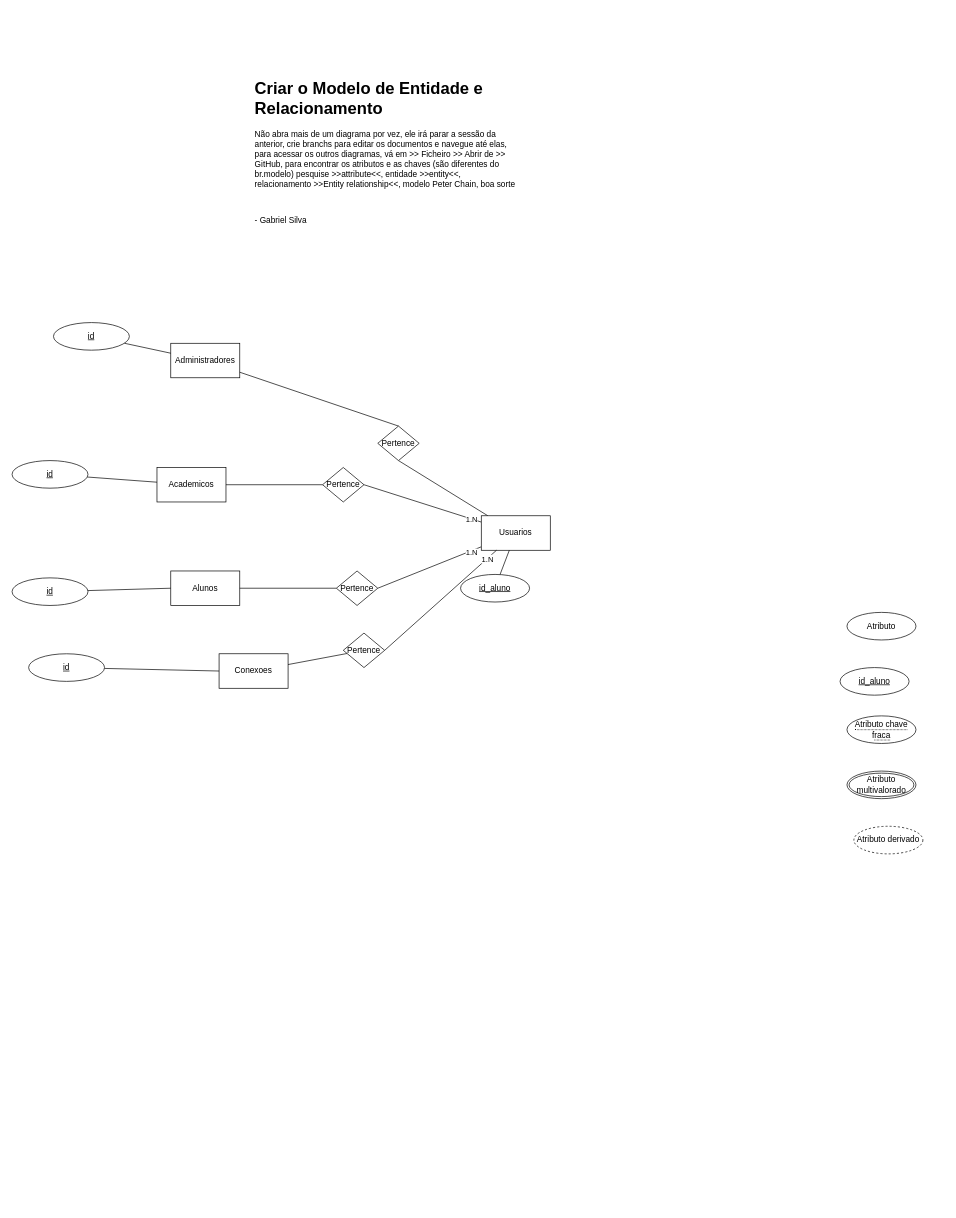
Organization-Meets/Meets_Docs keeps this draw.io diagram as Draw.io/laboratorio_banco_dados_der.drawio. Above is the earlier version. Source tidied: cells renumbered, new cells numbered last; positions are measured from the earlier drawing's top-left corner, leaving out a move shared by most shapes. Both pictures are drawn from the tidied source at 69%, with x=0, y=0 at pixel (12, 74).
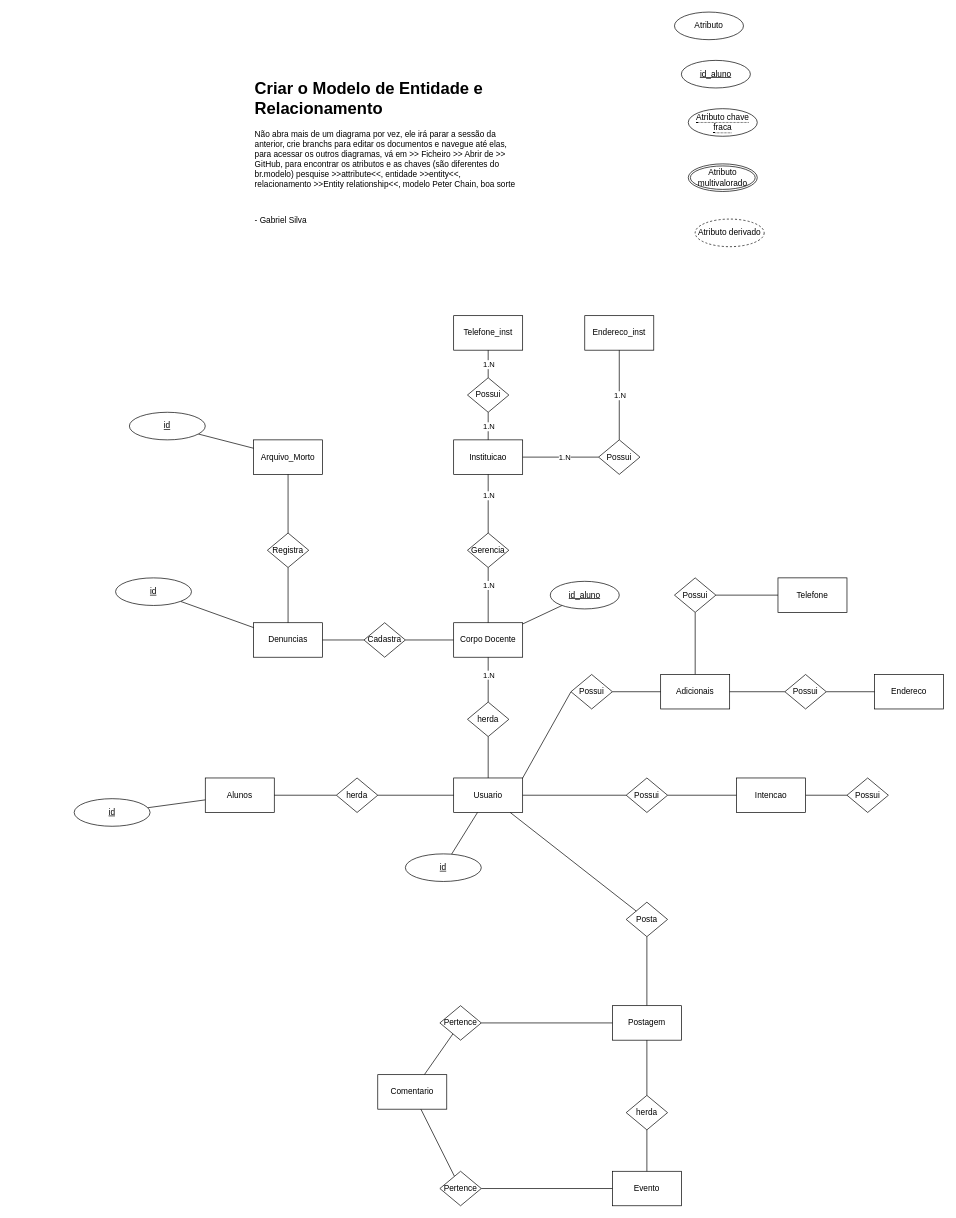
The same diagram, later.

The edit, as a diff of the source:
```diff
@@
-    <mxCell id="3" style="rounded=0;jettySize=auto;html=1;entryX=0.5;entryY=1;entryDx=0;entryDy=0;endArrow=none;endFill=0;" parent="1" edge="1" source="8" target="16">
+    <mxCell id="3" style="rounded=0;jettySize=auto;html=1;entryX=1;entryY=0.5;entryDx=0;entryDy=0;endArrow=none;endFill=0;" parent="1" edge="1" source="8" target="16">
       <mxGeometry relative="1" as="geometry" />
     </mxCell>
-    <mxCell id="4" style="rounded=0;jettySize=auto;html=1;entryX=1;entryY=0.5;entryDx=0;entryDy=0;endArrow=none;endFill=0;" parent="1" edge="1" source="8" target="15">
-      <mxGeometry relative="1" as="geometry" />
-    </mxCell>
-    <mxCell id="5" value="1.N" style="edgeLabel;html=1;align=center;verticalAlign=middle;" parent="4" vertex="1">
-      <mxGeometry x="-0.83" relative="1" as="geometry" />
-    </mxCell>
-    <mxCell id="6" style="rounded=0;jettySize=auto;html=1;entryX=1;entryY=0.5;entryDx=0;entryDy=0;endArrow=none;endFill=0;" parent="1" edge="1" source="8" target="13">
-      <mxGeometry relative="1" as="geometry" />
-    </mxCell>
-    <mxCell id="7" value="1.N" style="edgeLabel;html=1;align=center;verticalAlign=middle;" parent="6" vertex="1">
-      <mxGeometry x="-0.8" y="2" relative="1" as="geometry">
-        <mxPoint y="1" as="offset" />
-      </mxGeometry>
-    </mxCell>
-    <mxCell id="8" value="Usuarios" style="html=1;dashed=0;whiteSpace=wrap;" parent="1" vertex="1">
-      <mxGeometry x="680" y="640" width="100" height="50" as="geometry" />
+    <mxCell id="8" value="Corpo Docente" style="html=1;dashed=0;whiteSpace=wrap;" parent="1" vertex="1">
+      <mxGeometry x="640" y="795" width="100" height="50" as="geometry" />
     </mxCell>
-    <mxCell id="9" value="Academicos" style="html=1;dashed=0;whiteSpace=wrap;" parent="1" vertex="1">
-      <mxGeometry x="210" y="570" width="100" height="50" as="geometry" />
+    <mxCell id="9" value="Denuncias" style="html=1;dashed=0;whiteSpace=wrap;" parent="1" vertex="1">
+      <mxGeometry x="350" y="795" width="100" height="50" as="geometry" />
     </mxCell>
     <mxCell id="10" value="Alunos" style="html=1;dashed=0;whiteSpace=wrap;" parent="1" vertex="1">
-      <mxGeometry x="230" y="720" width="100" height="50" as="geometry" />
+      <mxGeometry x="280" y="1020" width="100" height="50" as="geometry" />
     </mxCell>
-    <mxCell id="11" value="Administradores" style="html=1;dashed=0;whiteSpace=wrap;" parent="1" vertex="1">
-      <mxGeometry x="230" y="390" width="100" height="50" as="geometry" />
+    <mxCell id="11" value="Arquivo_Morto" style="html=1;dashed=0;whiteSpace=wrap;" parent="1" vertex="1">
+      <mxGeometry x="350" y="530" width="100" height="50" as="geometry" />
     </mxCell>
-    <mxCell id="12" style="rounded=0;jettySize=auto;html=1;endArrow=none;endFill=0;" parent="1" edge="1" source="13" target="10">
-      <mxGeometry relative="1" as="geometry" />
-    </mxCell>
-    <mxCell id="13" value="Pertence" style="shape=rhombus;html=1;dashed=0;whiteSpace=wrap;perimeter=rhombusPerimeter;" parent="1" vertex="1">
-      <mxGeometry x="470" y="720" width="60" height="50" as="geometry" />
-    </mxCell>
@@
+    <mxCell id="38" style="rounded=0;jettySize=auto;html=1;exitX=0.5;exitY=0;exitDx=0;exitDy=0;entryX=0.5;entryY=1;entryDx=0;entryDy=0;endArrow=none;endFill=0;" parent="1" edge="1" source="15" target="11">
+      <mxGeometry relative="1" as="geometry" />
+    </mxCell>
-    <mxCell id="15" value="Pertence" style="shape=rhombus;html=1;dashed=0;whiteSpace=wrap;perimeter=rhombusPerimeter;" parent="1" vertex="1">
-      <mxGeometry x="450" y="570" width="60" height="50" as="geometry" />
+    <mxCell id="15" value="Registra" style="shape=rhombus;html=1;dashed=0;whiteSpace=wrap;perimeter=rhombusPerimeter;" parent="1" vertex="1">
+      <mxGeometry x="370" y="665" width="60" height="50" as="geometry" />
     </mxCell>
-    <mxCell id="16" value="Pertence" style="shape=rhombus;html=1;dashed=0;whiteSpace=wrap;perimeter=rhombusPerimeter;" parent="1" vertex="1">
-      <mxGeometry x="530" y="510" width="60" height="50" as="geometry" />
+    <mxCell id="16" value="Cadastra" style="shape=rhombus;html=1;dashed=0;whiteSpace=wrap;perimeter=rhombusPerimeter;" parent="1" vertex="1">
+      <mxGeometry x="510" y="795" width="60" height="50" as="geometry" />
     </mxCell>
     <mxCell id="17" value="Atributo" style="ellipse;whiteSpace=wrap;html=1;align=center;" parent="1" vertex="1">
-      <mxGeometry x="1210" y="780" width="100" height="40" as="geometry" />
+      <mxGeometry x="960" y="-90" width="100" height="40" as="geometry" />
     </mxCell>
@@
     <mxCell id="19" value="id_aluno" style="ellipse;whiteSpace=wrap;html=1;align=center;fontStyle=4;" parent="1" vertex="1">
-      <mxGeometry x="650" y="725" width="100" height="40" as="geometry" />
+      <mxGeometry x="780" y="735" width="100" height="40" as="geometry" />
     </mxCell>
     <mxCell id="20" value="&lt;span style=&quot;border-bottom: 1px dotted&quot;&gt;Atributo chave fraca&lt;/span&gt;" style="ellipse;whiteSpace=wrap;html=1;align=center;" parent="1" vertex="1">
-      <mxGeometry x="1210" y="930" width="100" height="40" as="geometry" />
+      <mxGeometry x="980" y="50" width="100" height="40" as="geometry" />
     </mxCell>
     <mxCell id="21" value="Atributo derivado" style="ellipse;whiteSpace=wrap;html=1;align=center;dashed=1;" parent="1" vertex="1">
-      <mxGeometry x="1220" y="1090" width="100" height="40" as="geometry" />
+      <mxGeometry x="990" y="210" width="100" height="40" as="geometry" />
     </mxCell>
     <mxCell id="22" value="Atributo multivalorado" style="ellipse;shape=doubleEllipse;margin=3;whiteSpace=wrap;html=1;align=center;" parent="1" vertex="1">
-      <mxGeometry x="1210" y="1010" width="100" height="40" as="geometry" />
+      <mxGeometry x="980" y="130" width="100" height="40" as="geometry" />
     </mxCell>
     <mxCell id="23" value="id_aluno" style="ellipse;whiteSpace=wrap;html=1;align=center;fontStyle=4;" parent="1" vertex="1">
-      <mxGeometry x="1200" y="860" width="100" height="40" as="geometry" />
+      <mxGeometry x="970" y="-20" width="100" height="40" as="geometry" />
     </mxCell>
-    <mxCell id="24" style="rounded=0;jettySize=auto;html=1;entryX=0.5;entryY=0;entryDx=0;entryDy=0;endArrow=none;endFill=0;" parent="1" edge="1" source="11" target="16">
+    <mxCell id="24" style="rounded=0;jettySize=auto;html=1;entryX=0;entryY=0.5;entryDx=0;entryDy=0;endArrow=none;endFill=0;exitX=1;exitY=0.5;exitDx=0;exitDy=0;" parent="1" edge="1" source="9" target="16">
       <mxGeometry relative="1" as="geometry" />
     </mxCell>
@@
     <mxCell id="26" value="id" style="ellipse;whiteSpace=wrap;html=1;align=center;fontStyle=4;" parent="1" vertex="1">
-      <mxGeometry x="60" y="360" width="110" height="40" as="geometry" />
+      <mxGeometry x="170" y="490" width="110" height="40" as="geometry" />
     </mxCell>
@@
     <mxCell id="28" value="id" style="ellipse;whiteSpace=wrap;html=1;align=center;fontStyle=4;" parent="1" vertex="1">
-      <mxGeometry y="560" width="110" height="40" as="geometry" />
+      <mxGeometry x="150" y="730" width="110" height="40" as="geometry" />
     </mxCell>
-    <mxCell id="29" style="rounded=0;jettySize=auto;html=1;entryX=0;entryY=0.5;entryDx=0;entryDy=0;endArrow=none;endFill=0;" parent="1" edge="1" source="30" target="10">
+    <mxCell id="29" style="rounded=0;jettySize=auto;html=1;endArrow=none;endFill=0;" parent="1" edge="1" source="30" target="10">
       <mxGeometry relative="1" as="geometry" />
     </mxCell>
     <mxCell id="30" value="id" style="ellipse;whiteSpace=wrap;html=1;align=center;fontStyle=4;" parent="1" vertex="1">
-      <mxGeometry y="730" width="110" height="40" as="geometry" />
+      <mxGeometry x="90" y="1050" width="110" height="40" as="geometry" />
     </mxCell>
-    <mxCell id="31" value="Conexoes" style="html=1;dashed=0;whiteSpace=wrap;" parent="1" vertex="1">
-      <mxGeometry x="300" y="840" width="100" height="50" as="geometry" />
+    <mxCell id="31" value="Usuario" style="html=1;dashed=0;whiteSpace=wrap;" parent="1" vertex="1">
+      <mxGeometry x="640" y="1020" width="100" height="50" as="geometry" />
     </mxCell>
-    <mxCell id="32" style="rounded=0;jettySize=auto;html=1;entryX=0;entryY=0.5;entryDx=0;entryDy=0;endArrow=none;endFill=0;" parent="1" edge="1" source="33" target="31">
+    <mxCell id="32" style="rounded=0;jettySize=auto;html=1;endArrow=none;endFill=0;" parent="1" edge="1" source="33" target="31">
       <mxGeometry relative="1" as="geometry" />
     </mxCell>
     <mxCell id="33" value="id" style="ellipse;whiteSpace=wrap;html=1;align=center;fontStyle=4;" parent="1" vertex="1">
-      <mxGeometry x="24" y="840" width="110" height="40" as="geometry" />
+      <mxGeometry x="570" y="1130" width="110" height="40" as="geometry" />
     </mxCell>
-    <mxCell id="34" style="rounded=0;jettySize=auto;html=1;entryX=1;entryY=0.5;entryDx=0;entryDy=0;endArrow=none;endFill=0;" parent="1" edge="1" source="8" target="37">
+    <mxCell id="34" style="rounded=0;jettySize=auto;html=1;entryX=0.5;entryY=0;entryDx=0;entryDy=0;endArrow=none;endFill=0;" parent="1" edge="1" source="8" target="37">
       <mxGeometry relative="1" as="geometry" />
     </mxCell>
     <mxCell id="35" value="1.N" style="edgeLabel;html=1;align=center;verticalAlign=middle;" parent="34" vertex="1">
-      <mxGeometry x="-0.83" relative="1" as="geometry" />
+      <mxGeometry x="-0.83" relative="1" as="geometry">
+        <mxPoint y="19" as="offset" />
+      </mxGeometry>
     </mxCell>
@@
-    <mxCell id="37" value="Pertence" style="shape=rhombus;html=1;dashed=0;whiteSpace=wrap;perimeter=rhombusPerimeter;" parent="1" vertex="1">
-      <mxGeometry x="480" y="810" width="60" height="50" as="geometry" />
+    <mxCell id="37" value="herda" style="shape=rhombus;html=1;dashed=0;whiteSpace=wrap;perimeter=rhombusPerimeter;" parent="1" vertex="1">
+      <mxGeometry x="660" y="910" width="60" height="50" as="geometry" />
     </mxCell>
+    <mxCell id="39" value="Instituicao" style="html=1;dashed=0;whiteSpace=wrap;" parent="1" vertex="1">
+      <mxGeometry x="640" y="530" width="100" height="50" as="geometry" />
+    </mxCell>
+    <mxCell id="40" style="edgeStyle=orthogonalEdgeStyle;rounded=0;jettySize=auto;html=1;exitX=0.5;exitY=0;exitDx=0;exitDy=0;endArrow=none;endFill=0;" parent="1" edge="1" source="42" target="39">
+      <mxGeometry relative="1" as="geometry" />
+    </mxCell>
+    <mxCell id="41" style="edgeStyle=orthogonalEdgeStyle;rounded=0;jettySize=auto;html=1;exitX=0.5;exitY=1;exitDx=0;exitDy=0;entryX=0.5;entryY=0;entryDx=0;entryDy=0;endArrow=none;endFill=0;" parent="1" edge="1" source="42" target="8">
+      <mxGeometry relative="1" as="geometry" />
+    </mxCell>
+    <mxCell id="42" value="Gerencia" style="shape=rhombus;html=1;dashed=0;whiteSpace=wrap;perimeter=rhombusPerimeter;" parent="1" vertex="1">
+      <mxGeometry x="660" y="665" width="60" height="50" as="geometry" />
+    </mxCell>
+    <mxCell id="43" value="Telefone_inst" style="html=1;dashed=0;whiteSpace=wrap;" parent="1" vertex="1">
+      <mxGeometry x="640" y="350" width="100" height="50" as="geometry" />
+    </mxCell>
+    <mxCell id="44" value="Endereco_inst" style="html=1;dashed=0;whiteSpace=wrap;" parent="1" vertex="1">
+      <mxGeometry x="830" y="350" width="100" height="50" as="geometry" />
+    </mxCell>
+    <mxCell id="45" style="edgeStyle=orthogonalEdgeStyle;rounded=0;jettySize=auto;html=1;exitX=0.5;exitY=1;exitDx=0;exitDy=0;endArrow=none;endFill=0;" parent="1" edge="1" source="47" target="39">
+      <mxGeometry relative="1" as="geometry" />
+    </mxCell>
+    <mxCell id="46" style="edgeStyle=orthogonalEdgeStyle;rounded=0;jettySize=auto;html=1;exitX=0.5;exitY=0;exitDx=0;exitDy=0;endArrow=none;endFill=0;" parent="1" edge="1" source="47" target="43">
+      <mxGeometry relative="1" as="geometry" />
+    </mxCell>
+    <mxCell id="47" value="Possui" style="shape=rhombus;html=1;dashed=0;whiteSpace=wrap;perimeter=rhombusPerimeter;" parent="1" vertex="1">
+      <mxGeometry x="660" y="440" width="60" height="50" as="geometry" />
+    </mxCell>
+    <mxCell id="48" style="edgeStyle=orthogonalEdgeStyle;rounded=0;jettySize=auto;html=1;exitX=0;exitY=0.5;exitDx=0;exitDy=0;endArrow=none;endFill=0;" parent="1" edge="1" source="50" target="39">
+      <mxGeometry relative="1" as="geometry" />
+    </mxCell>
+    <mxCell id="49" style="edgeStyle=orthogonalEdgeStyle;rounded=0;jettySize=auto;html=1;exitX=0.5;exitY=0;exitDx=0;exitDy=0;endArrow=none;endFill=0;" parent="1" edge="1" source="50" target="44">
+      <mxGeometry relative="1" as="geometry" />
+    </mxCell>
+    <mxCell id="50" value="Possui" style="shape=rhombus;html=1;dashed=0;whiteSpace=wrap;perimeter=rhombusPerimeter;" parent="1" vertex="1">
+      <mxGeometry x="850" y="530" width="60" height="50" as="geometry" />
+    </mxCell>
+    <mxCell id="51" style="edgeStyle=orthogonalEdgeStyle;rounded=0;jettySize=auto;html=1;exitX=1;exitY=0.5;exitDx=0;exitDy=0;entryX=0;entryY=0.5;entryDx=0;entryDy=0;endArrow=none;endFill=0;" parent="1" edge="1" source="53" target="31">
+      <mxGeometry relative="1" as="geometry" />
+    </mxCell>
+    <mxCell id="52" style="edgeStyle=orthogonalEdgeStyle;rounded=0;jettySize=auto;html=1;exitX=0;exitY=0.5;exitDx=0;exitDy=0;endArrow=none;endFill=0;" parent="1" edge="1" source="53" target="10">
+      <mxGeometry relative="1" as="geometry" />
+    </mxCell>
+    <mxCell id="53" value="herda" style="shape=rhombus;html=1;dashed=0;whiteSpace=wrap;perimeter=rhombusPerimeter;" parent="1" vertex="1">
+      <mxGeometry x="470" y="1020" width="60" height="50" as="geometry" />
+    </mxCell>
+    <mxCell id="54" style="rounded=0;jettySize=auto;html=1;exitX=0.5;exitY=0;exitDx=0;exitDy=0;entryX=0.5;entryY=1;entryDx=0;entryDy=0;endArrow=none;endFill=0;" parent="1" edge="1" source="55" target="68">
+      <mxGeometry relative="1" as="geometry" />
+    </mxCell>
+    <mxCell id="55" value="Adicionais" style="html=1;dashed=0;whiteSpace=wrap;" parent="1" vertex="1">
+      <mxGeometry x="940" y="870" width="100" height="50" as="geometry" />
+    </mxCell>
+    <mxCell id="56" style="rounded=0;jettySize=auto;html=1;exitX=0;exitY=0.5;exitDx=0;exitDy=0;entryX=1;entryY=0;entryDx=0;entryDy=0;endArrow=none;endFill=0;" parent="1" edge="1" source="58" target="31">
+      <mxGeometry relative="1" as="geometry" />
+    </mxCell>
+    <mxCell id="57" style="rounded=0;jettySize=auto;html=1;exitX=1;exitY=0.5;exitDx=0;exitDy=0;entryX=0;entryY=0.5;entryDx=0;entryDy=0;endArrow=none;endFill=0;" parent="1" edge="1" source="58" target="55">
+      <mxGeometry relative="1" as="geometry" />
+    </mxCell>
+    <mxCell id="58" value="Possui" style="shape=rhombus;html=1;dashed=0;whiteSpace=wrap;perimeter=rhombusPerimeter;" parent="1" vertex="1">
+      <mxGeometry x="810" y="870" width="60" height="50" as="geometry" />
+    </mxCell>
+    <mxCell id="59" value="1.N" style="edgeLabel;html=1;align=center;verticalAlign=middle;" parent="1" vertex="1">
+      <mxGeometry x="690" y="420" as="geometry" />
+    </mxCell>
+    <mxCell id="60" value="1.N" style="edgeLabel;html=1;align=center;verticalAlign=middle;" parent="1" vertex="1">
+      <mxGeometry x="690" y="510" as="geometry" />
+    </mxCell>
+    <mxCell id="61" value="1.N" style="edgeLabel;html=1;align=center;verticalAlign=middle;" parent="1" vertex="1">
+      <mxGeometry x="800" y="555" as="geometry" />
+    </mxCell>
+    <mxCell id="62" value="1.N" style="edgeLabel;html=1;align=center;verticalAlign=middle;" parent="1" vertex="1">
+      <mxGeometry x="880" y="465" as="geometry" />
+    </mxCell>
+    <mxCell id="63" value="1.N" style="edgeLabel;html=1;align=center;verticalAlign=middle;" parent="1" vertex="1">
+      <mxGeometry x="690" y="610" as="geometry" />
+    </mxCell>
+    <mxCell id="64" value="1.N" style="edgeLabel;html=1;align=center;verticalAlign=middle;" parent="1" vertex="1">
+      <mxGeometry x="690" y="740" as="geometry" />
+    </mxCell>
+    <mxCell id="65" value="Telefone" style="html=1;dashed=0;whiteSpace=wrap;" parent="1" vertex="1">
+      <mxGeometry x="1110" y="730" width="100" height="50" as="geometry" />
+    </mxCell>
+    <mxCell id="66" value="Endereco" style="html=1;dashed=0;whiteSpace=wrap;" parent="1" vertex="1">
+      <mxGeometry x="1250" y="870" width="100" height="50" as="geometry" />
+    </mxCell>
+    <mxCell id="67" style="rounded=0;jettySize=auto;html=1;exitX=1;exitY=0.5;exitDx=0;exitDy=0;endArrow=none;endFill=0;" parent="1" edge="1" source="68" target="65">
+      <mxGeometry relative="1" as="geometry" />
+    </mxCell>
+    <mxCell id="68" value="Possui" style="shape=rhombus;html=1;dashed=0;whiteSpace=wrap;perimeter=rhombusPerimeter;" parent="1" vertex="1">
+      <mxGeometry x="960" y="730" width="60" height="50" as="geometry" />
+    </mxCell>
+    <mxCell id="69" style="rounded=0;jettySize=auto;html=1;exitX=1;exitY=0.5;exitDx=0;exitDy=0;endArrow=none;endFill=0;" parent="1" edge="1" source="71" target="66">
+      <mxGeometry relative="1" as="geometry" />
+    </mxCell>
+    <mxCell id="70" style="rounded=0;jettySize=auto;html=1;exitX=0;exitY=0.5;exitDx=0;exitDy=0;endArrow=none;endFill=0;" parent="1" edge="1" source="71" target="55">
+      <mxGeometry relative="1" as="geometry" />
+    </mxCell>
+    <mxCell id="71" value="Possui" style="shape=rhombus;html=1;dashed=0;whiteSpace=wrap;perimeter=rhombusPerimeter;" parent="1" vertex="1">
+      <mxGeometry x="1120" y="870" width="60" height="50" as="geometry" />
+    </mxCell>
+    <mxCell id="72" style="rounded=0;jettySize=auto;html=1;exitX=0;exitY=0.5;exitDx=0;exitDy=0;entryX=1;entryY=0.5;entryDx=0;entryDy=0;endArrow=none;endFill=0;" parent="1" edge="1" source="74" target="31">
+      <mxGeometry relative="1" as="geometry" />
+    </mxCell>
+    <mxCell id="73" style="rounded=0;jettySize=auto;html=1;exitX=1;exitY=0.5;exitDx=0;exitDy=0;entryX=0;entryY=0.5;entryDx=0;entryDy=0;endArrow=none;endFill=0;" parent="1" edge="1" source="74" target="76">
+      <mxGeometry relative="1" as="geometry" />
+    </mxCell>
+    <mxCell id="74" value="Possui" style="shape=rhombus;html=1;dashed=0;whiteSpace=wrap;perimeter=rhombusPerimeter;" parent="1" vertex="1">
+      <mxGeometry x="890" y="1020" width="60" height="50" as="geometry" />
+    </mxCell>
+    <mxCell id="75" style="rounded=0;jettySize=auto;html=1;exitX=1;exitY=0.5;exitDx=0;exitDy=0;entryX=0;entryY=0.5;entryDx=0;entryDy=0;endArrow=none;endFill=0;" parent="1" edge="1" source="76" target="78">
+      <mxGeometry relative="1" as="geometry" />
+    </mxCell>
+    <mxCell id="76" value="Intencao" style="html=1;dashed=0;whiteSpace=wrap;" parent="1" vertex="1">
+      <mxGeometry x="1050" y="1020" width="100" height="50" as="geometry" />
+    </mxCell>
+    <mxCell id="77" value="Evento" style="html=1;dashed=0;whiteSpace=wrap;" parent="1" vertex="1">
+      <mxGeometry x="870" y="1590" width="100" height="50" as="geometry" />
+    </mxCell>
+    <mxCell id="78" value="Possui" style="shape=rhombus;html=1;dashed=0;whiteSpace=wrap;perimeter=rhombusPerimeter;" parent="1" vertex="1">
+      <mxGeometry x="1210" y="1020" width="60" height="50" as="geometry" />
+    </mxCell>
+    <mxCell id="79" style="rounded=0;jettySize=auto;html=1;endArrow=none;endFill=0;" parent="1" edge="1" source="80" target="92">
+      <mxGeometry relative="1" as="geometry" />
+    </mxCell>
+    <mxCell id="80" value="Comentario" style="html=1;dashed=0;whiteSpace=wrap;" parent="1" vertex="1">
+      <mxGeometry x="530" y="1450" width="100" height="50" as="geometry" />
+    </mxCell>
+    <mxCell id="81" style="rounded=0;jettySize=auto;html=1;endArrow=none;endFill=0;" parent="1" edge="1" source="83" target="80">
+      <mxGeometry relative="1" as="geometry" />
+    </mxCell>
+    <mxCell id="82" style="rounded=0;jettySize=auto;html=1;endArrow=none;endFill=0;" parent="1" edge="1" source="83" target="77">
+      <mxGeometry relative="1" as="geometry" />
+    </mxCell>
+    <mxCell id="83" value="Pertence" style="shape=rhombus;html=1;dashed=0;whiteSpace=wrap;perimeter=rhombusPerimeter;" parent="1" vertex="1">
+      <mxGeometry x="620" y="1590" width="60" height="50" as="geometry" />
+    </mxCell>
+    <mxCell id="84" style="rounded=0;jettySize=auto;html=1;endArrow=none;endFill=0;" parent="1" edge="1" source="85" target="86">
+      <mxGeometry relative="1" as="geometry" />
+    </mxCell>
+    <mxCell id="85" value="Posta" style="shape=rhombus;html=1;dashed=0;whiteSpace=wrap;perimeter=rhombusPerimeter;" parent="1" vertex="1">
+      <mxGeometry x="890" y="1200" width="60" height="50" as="geometry" />
+    </mxCell>
+    <mxCell id="86" value="Postagem" style="html=1;dashed=0;whiteSpace=wrap;" parent="1" vertex="1">
+      <mxGeometry x="870" y="1350" width="100" height="50" as="geometry" />
+    </mxCell>
+    <mxCell id="87" style="rounded=0;jettySize=auto;html=1;endArrow=none;endFill=0;" parent="1" edge="1" source="85" target="31">
+      <mxGeometry relative="1" as="geometry" />
+    </mxCell>
+    <mxCell id="88" style="rounded=0;jettySize=auto;html=1;exitX=0.5;exitY=0;exitDx=0;exitDy=0;endArrow=none;endFill=0;" parent="1" edge="1" source="90" target="86">
+      <mxGeometry relative="1" as="geometry" />
+    </mxCell>
+    <mxCell id="89" style="rounded=0;jettySize=auto;html=1;exitX=0.5;exitY=1;exitDx=0;exitDy=0;endArrow=none;endFill=0;" parent="1" edge="1" source="90" target="77">
+      <mxGeometry relative="1" as="geometry" />
+    </mxCell>
+    <mxCell id="90" value="herda" style="shape=rhombus;html=1;dashed=0;whiteSpace=wrap;perimeter=rhombusPerimeter;" parent="1" vertex="1">
+      <mxGeometry x="890" y="1480" width="60" height="50" as="geometry" />
+    </mxCell>
+    <mxCell id="91" style="rounded=0;jettySize=auto;html=1;endArrow=none;endFill=0;" parent="1" edge="1" source="92" target="86">
+      <mxGeometry relative="1" as="geometry" />
+    </mxCell>
+    <mxCell id="92" value="Pertence" style="shape=rhombus;html=1;dashed=0;whiteSpace=wrap;perimeter=rhombusPerimeter;" parent="1" vertex="1">
+      <mxGeometry x="620" y="1350" width="60" height="50" as="geometry" />
+    </mxCell>
```
